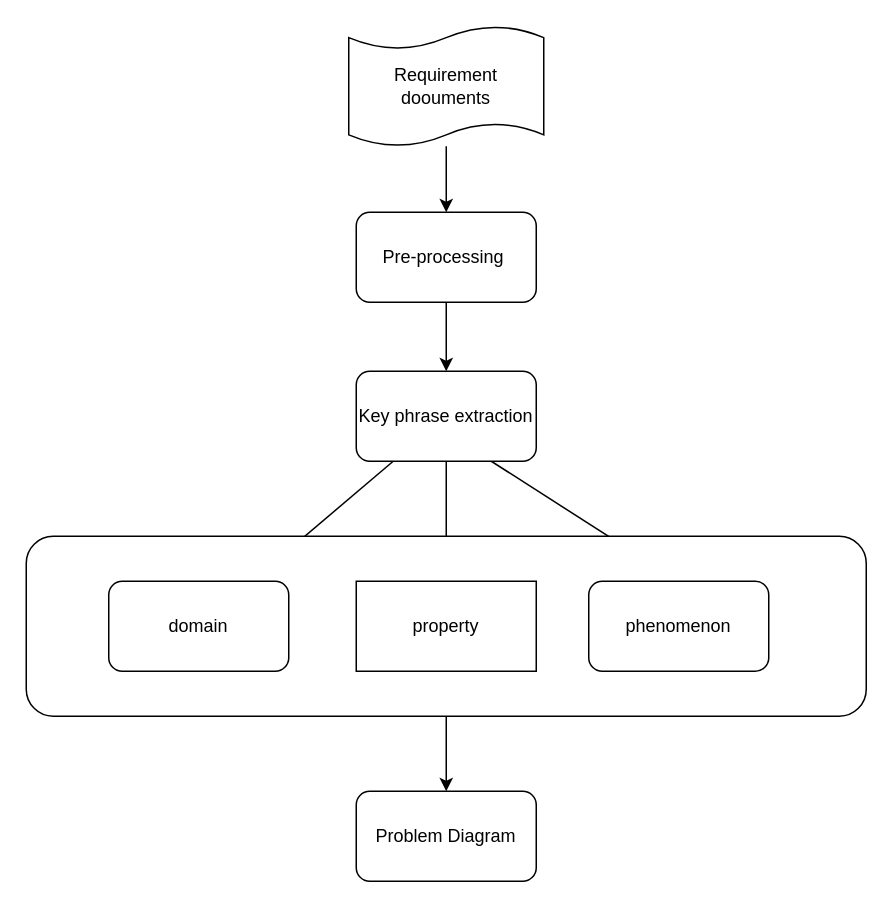
This is 技术路线.drawio from chenxuansoeasy/pfvue, a draw.io file, before an edit. Source tidied: cells renumbered, new cells numbered last; positions are measured from the earlier drawing's top-left corner, leaving out a move shared by most shapes. Both pictures are drawn from the tidied source at 150%, with x=0, y=0 at pixel (26, 26).
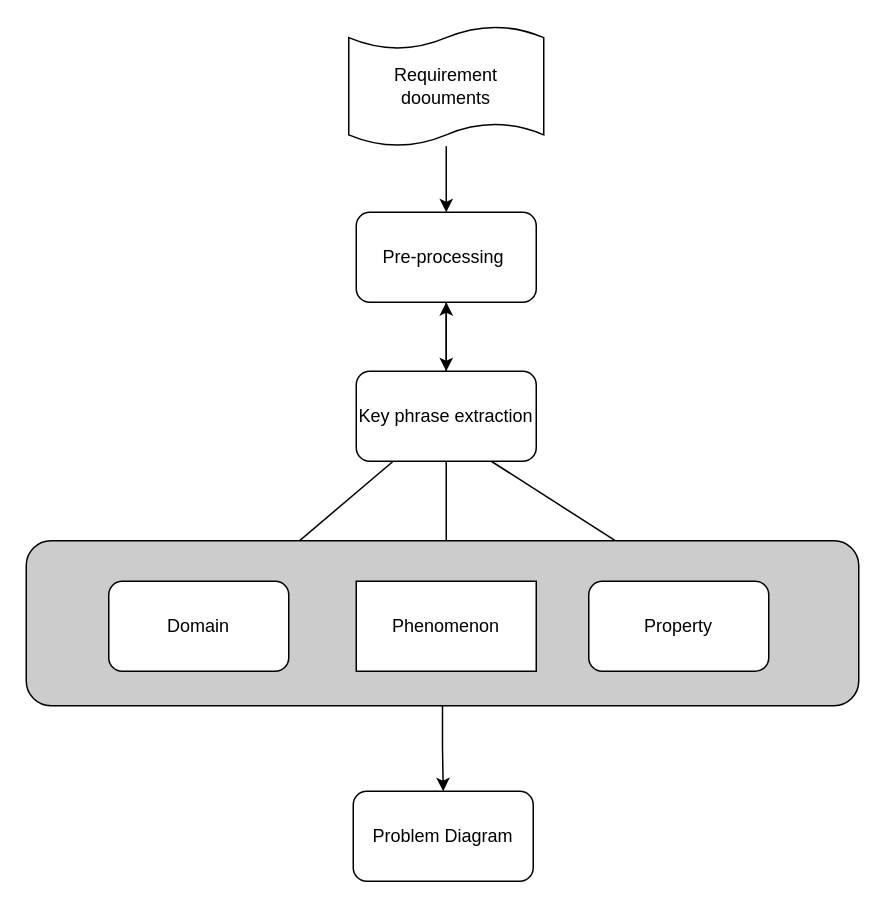
The same diagram, later.

Commit message (it also covers changes not shown here):
更新技术路线.drawio

The edit, as a diff of the source:
```diff
@@
 <mxGraphModel>
   <root>
     <mxCell id="0" />
     <mxCell id="1" parent="0" />
     <mxCell id="2" style="edgeStyle=orthogonalEdgeStyle;rounded=0;jettySize=auto;html=1;" parent="1" edge="1" source="3" target="5">
       <mxGeometry relative="1" as="geometry" />
     </mxCell>
     <mxCell id="3" value="Requirement doouments" style="shape=tape;whiteSpace=wrap;html=1;strokeWidth=1;size=0.19;" parent="1" vertex="1">
       <mxGeometry x="215" width="130" height="80" as="geometry" />
     </mxCell>
     <mxCell id="4" style="edgeStyle=orthogonalEdgeStyle;rounded=0;jettySize=auto;html=1;" parent="1" edge="1" source="5" target="9">
       <mxGeometry relative="1" as="geometry" />
     </mxCell>
     <mxCell id="5" value="Pre-processing&amp;nbsp;" style="rounded=1;whiteSpace=wrap;html=1;" parent="1" vertex="1">
       <mxGeometry x="220" y="124" width="120" height="60" as="geometry" />
     </mxCell>
     <mxCell id="6" style="rounded=0;jettySize=auto;html=1;" parent="1" edge="1" source="9" target="12">
       <mxGeometry relative="1" as="geometry" />
     </mxCell>
     <mxCell id="7" style="rounded=0;jettySize=auto;html=1;exitX=0.75;exitY=1;exitDx=0;exitDy=0;entryX=0.5;entryY=0;entryDx=0;entryDy=0;" parent="1" edge="1" source="9" target="13">
       <mxGeometry relative="1" as="geometry" />
     </mxCell>
     <mxCell id="8" style="edgeStyle=orthogonalEdgeStyle;rounded=0;jettySize=auto;html=1;" parent="1" edge="1" source="9" target="14">
       <mxGeometry relative="1" as="geometry" />
     </mxCell>
+    <mxCell id="16" style="edgeStyle=orthogonalEdgeStyle;rounded=0;jettySize=auto;html=1;" parent="1" edge="1" source="9" target="5">
+      <mxGeometry relative="1" as="geometry" />
+    </mxCell>
     <mxCell id="9" value="Key phrase extraction" style="rounded=1;whiteSpace=wrap;html=1;" parent="1" vertex="1">
       <mxGeometry x="220" y="230" width="120" height="60" as="geometry" />
     </mxCell>
     <mxCell id="10" style="edgeStyle=orthogonalEdgeStyle;rounded=0;jettySize=auto;html=1;" parent="1" edge="1" source="11" target="15">
       <mxGeometry relative="1" as="geometry" />
     </mxCell>
-    <mxCell id="11" style="rounded=1;whiteSpace=wrap;html=1;strokeWidth=1;fillStyle=solid;gradientColor=none;" parent="1" vertex="1">
-      <mxGeometry y="340" width="560" height="120" as="geometry" />
+    <mxCell id="11" style="rounded=1;whiteSpace=wrap;html=1;strokeWidth=1;fillStyle=solid;gradientColor=none;fillColor=#CCCCCC;" parent="1" vertex="1">
+      <mxGeometry y="343" width="555" height="110" as="geometry" />
     </mxCell>
-    <mxCell id="12" value="domain" style="whiteSpace=wrap;html=1;rounded=1;" parent="1" vertex="1">
+    <mxCell id="12" value="Domain" style="whiteSpace=wrap;html=1;rounded=1;" parent="1" vertex="1">
       <mxGeometry x="55" y="370" width="120" height="60" as="geometry" />
     </mxCell>
-    <mxCell id="13" value="phenomenon" style="whiteSpace=wrap;html=1;rounded=1;" parent="1" vertex="1">
+    <mxCell id="13" value="Property" style="whiteSpace=wrap;html=1;rounded=1;" parent="1" vertex="1">
       <mxGeometry x="375" y="370" width="120" height="60" as="geometry" />
     </mxCell>
-    <mxCell id="14" value="property" style="whiteSpace=wrap;html=1;rounded=1;arcSize=0;" parent="1" vertex="1">
+    <mxCell id="14" value="Phenomenon" style="whiteSpace=wrap;html=1;rounded=1;arcSize=0;" parent="1" vertex="1">
       <mxGeometry x="220" y="370" width="120" height="60" as="geometry" />
     </mxCell>
     <mxCell id="15" value="Problem Diagram" style="whiteSpace=wrap;html=1;rounded=1;strokeWidth=1;fillStyle=solid;gradientColor=none;" parent="1" vertex="1">
-      <mxGeometry x="220" y="510" width="120" height="60" as="geometry" />
+      <mxGeometry x="218" y="510" width="120" height="60" as="geometry" />
     </mxCell>
   </root>
 </mxGraphModel>
```
